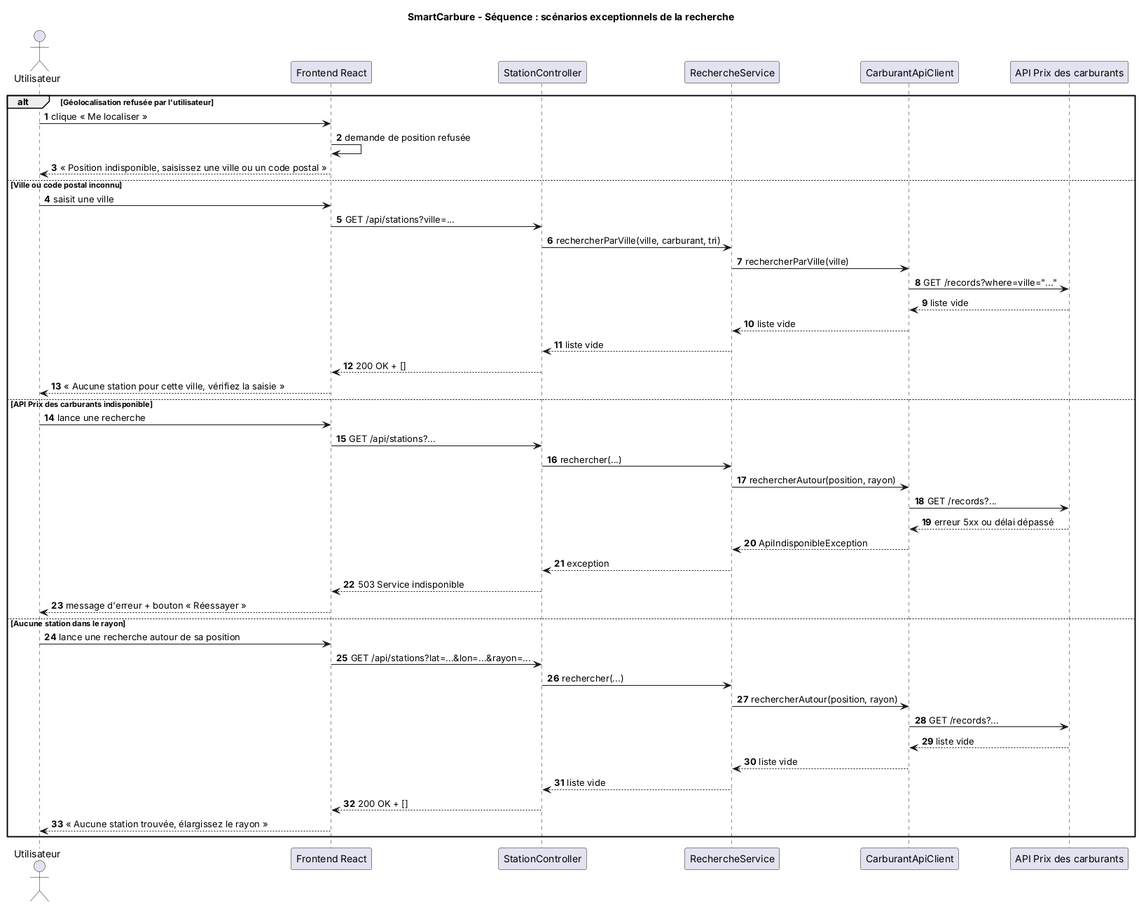
Earlier version of the PlantUML export docs/diagrammes/sequence_erreurs.png (AdiyoFouad/SmartCarbure).
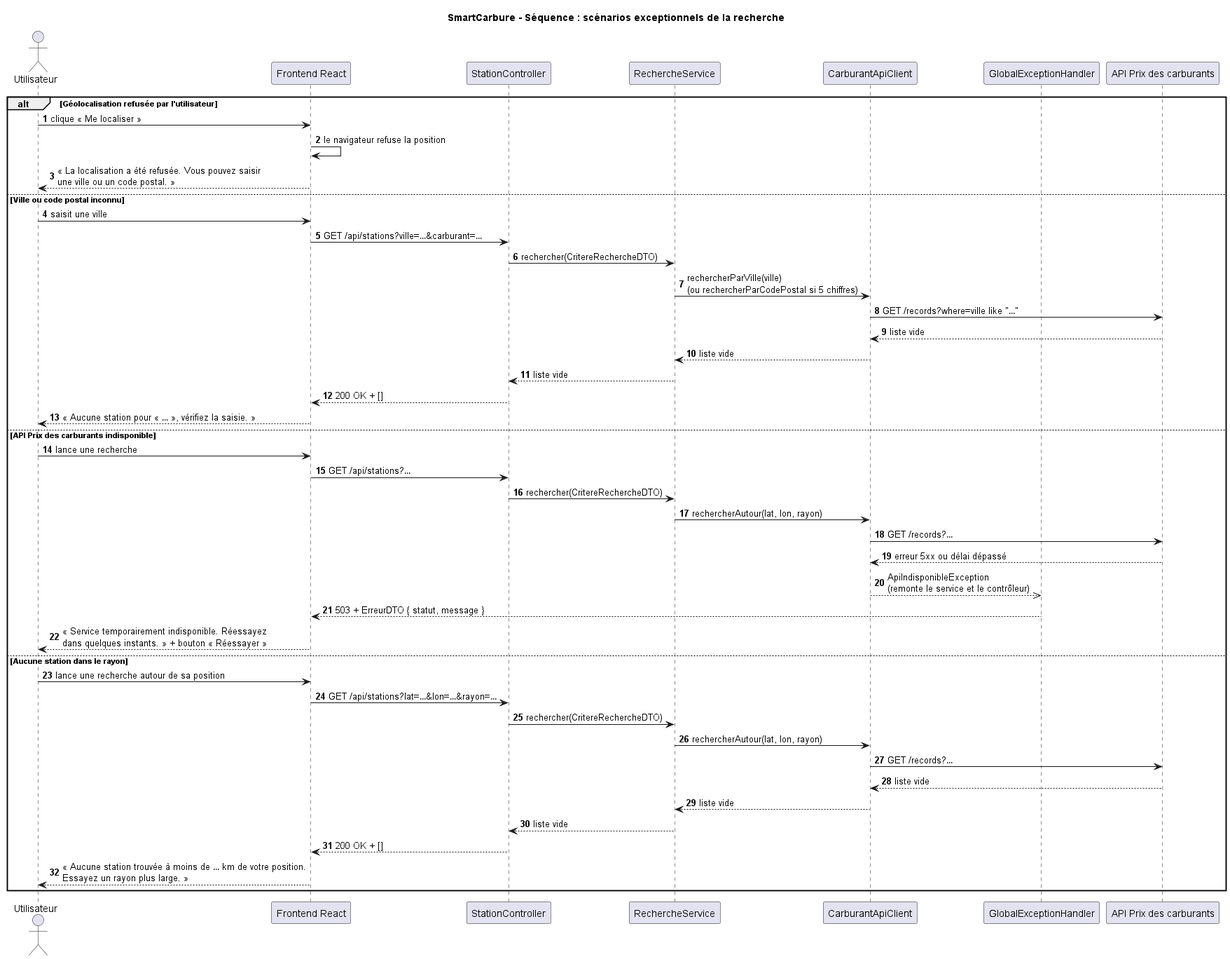
Above is the later version.

Commit message:
C5 : diagrammes de séquence (recherche, erreurs, trajet) mis à jour avec le code de main

The edit, as a diff of the source:
```diff
@@ -1,53 +1,55 @@
 @startuml sequence_erreurs
+
 title SmartCarbure - Séquence : scénarios exceptionnels de la recherche
+
 autonumber
-
 actor Utilisateur
-participant "Frontend React" as UI
-participant "StationController" as CTRL
-participant "RechercheService" as SRV
-participant "CarburantApiClient" as CLI
-participant "API Prix des carburants" as APIC
+participant "Frontend React" as Front
+participant StationController
+participant RechercheService
+participant CarburantApiClient
+participant GlobalExceptionHandler
+participant "API Prix des carburants" as Api
 
 alt Géolocalisation refusée par l'utilisateur
-  Utilisateur -> UI : clique « Me localiser »
-  UI -> UI : demande de position refusée
-  UI --> Utilisateur : « Position indisponible, saisissez une ville ou un code postal »
+  Utilisateur -> Front : clique « Me localiser »
+  Front -> Front : le navigateur refuse la position
+  Front --> Utilisateur : « La localisation a été refusée. Vous pouvez saisir\nune ville ou un code postal. »
 
 else Ville ou code postal inconnu
-  Utilisateur -> UI : saisit une ville
-  UI -> CTRL : GET /api/stations?ville=...
-  CTRL -> SRV : rechercherParVille(ville, carburant, tri)
-  SRV -> CLI : rechercherParVille(ville)
-  CLI -> APIC : GET /records?where=ville="..."
-  APIC --> CLI : liste vide
-  CLI --> SRV : liste vide
-  SRV --> CTRL : liste vide
-  CTRL --> UI : 200 OK + []
-  UI --> Utilisateur : « Aucune station pour cette ville, vérifiez la saisie »
+  Utilisateur -> Front : saisit une ville
+  Front -> StationController : GET /api/stations?ville=…&carburant=…
+  StationController -> RechercheService : rechercher(CritereRechercheDTO)
+  RechercheService -> CarburantApiClient : rechercherParVille(ville)\n(ou rechercherParCodePostal si 5 chiffres)
+  CarburantApiClient -> Api : GET /records?where=ville like "…"
+  Api --> CarburantApiClient : liste vide
+  CarburantApiClient --> RechercheService : liste vide
+  RechercheService --> StationController : liste vide
+  StationController --> Front : 200 OK + []
+  Front --> Utilisateur : « Aucune station pour « … », vérifiez la saisie. »
 
 else API Prix des carburants indisponible
-  Utilisateur -> UI : lance une recherche
-  UI -> CTRL : GET /api/stations?...
-  CTRL -> SRV : rechercher(...)
-  SRV -> CLI : rechercherAutour(position, rayon)
-  CLI -> APIC : GET /records?...
-  APIC --> CLI : erreur 5xx ou délai dépassé
-  CLI --> SRV : ApiIndisponibleException
-  SRV --> CTRL : exception
-  CTRL --> UI : 503 Service indisponible
-  UI --> Utilisateur : message d'erreur + bouton « Réessayer »
+  Utilisateur -> Front : lance une recherche
+  Front -> StationController : GET /api/stations?…
+  StationController -> RechercheService : rechercher(CritereRechercheDTO)
+  RechercheService -> CarburantApiClient : rechercherAutour(lat, lon, rayon)
+  CarburantApiClient -> Api : GET /records?…
+  Api --> CarburantApiClient : erreur 5xx ou délai dépassé
+  CarburantApiClient -->> GlobalExceptionHandler : ApiIndisponibleException\n(remonte le service et le contrôleur)
+  GlobalExceptionHandler --> Front : 503 + ErreurDTO { statut, message }
+  Front --> Utilisateur : « Service temporairement indisponible. Réessayez\ndans quelques instants. » + bouton « Réessayer »
 
 else Aucune station dans le rayon
-  Utilisateur -> UI : lance une recherche autour de sa position
-  UI -> CTRL : GET /api/stations?lat=...&lon=...&rayon=...
-  CTRL -> SRV : rechercher(...)
-  SRV -> CLI : rechercherAutour(position, rayon)
-  CLI -> APIC : GET /records?...
-  APIC --> CLI : liste vide
-  CLI --> SRV : liste vide
-  SRV --> CTRL : liste vide
-  CTRL --> UI : 200 OK + []
-  UI --> Utilisateur : « Aucune station trouvée, élargissez le rayon »
+  Utilisateur -> Front : lance une recherche autour de sa position
+  Front -> StationController : GET /api/stations?lat=…&lon=…&rayon=…
+  StationController -> RechercheService : rechercher(CritereRechercheDTO)
+  RechercheService -> CarburantApiClient : rechercherAutour(lat, lon, rayon)
+  CarburantApiClient -> Api : GET /records?…
+  Api --> CarburantApiClient : liste vide
+  CarburantApiClient --> RechercheService : liste vide
+  RechercheService --> StationController : liste vide
+  StationController --> Front : 200 OK + []
+  Front --> Utilisateur : « Aucune station trouvée à moins de … km de votre position.\nEssayez un rayon plus large. »
 end
+
 @enduml
```
